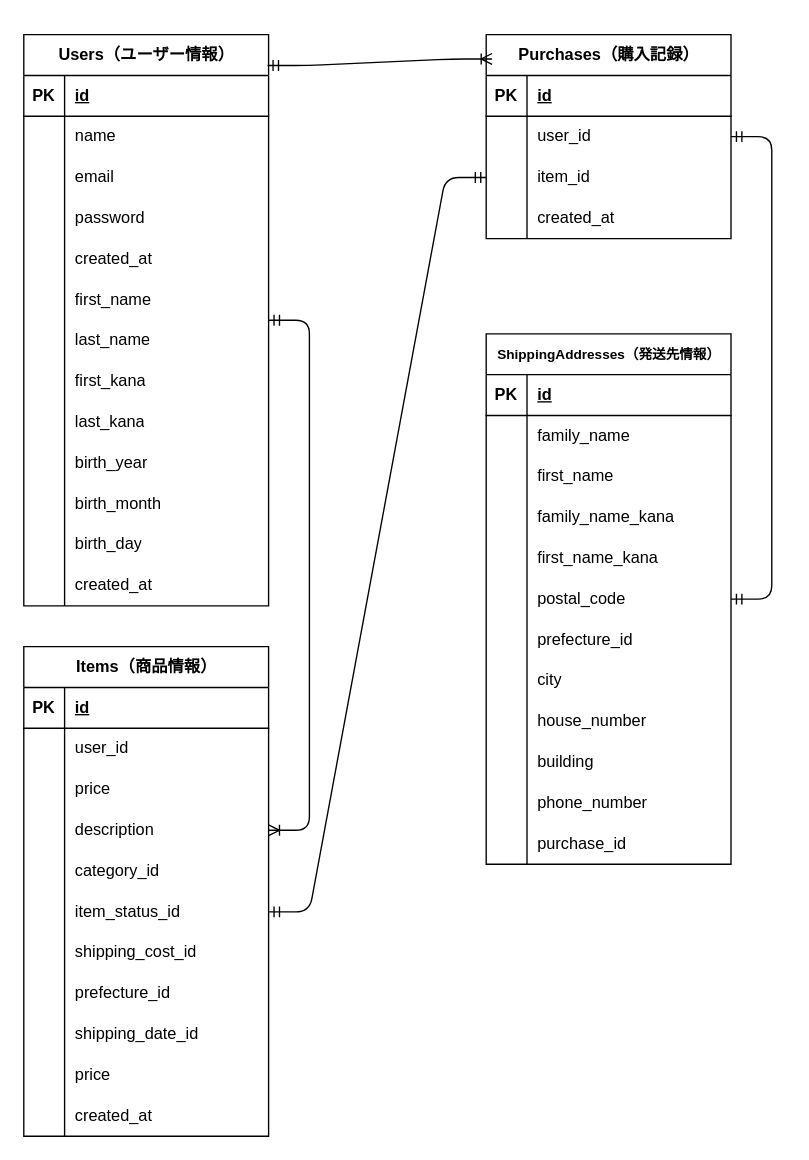
Earlier version of the draw.io diagram er.dio (shiki-k-1225/furima-41673). Source tidied: cells renumbered, new cells numbered last; positions are measured from the earlier drawing's top-left corner, leaving out a move shared by most shapes. Both pictures are drawn from the tidied source at 136%, with x=0, y=0 at pixel (23, 34).
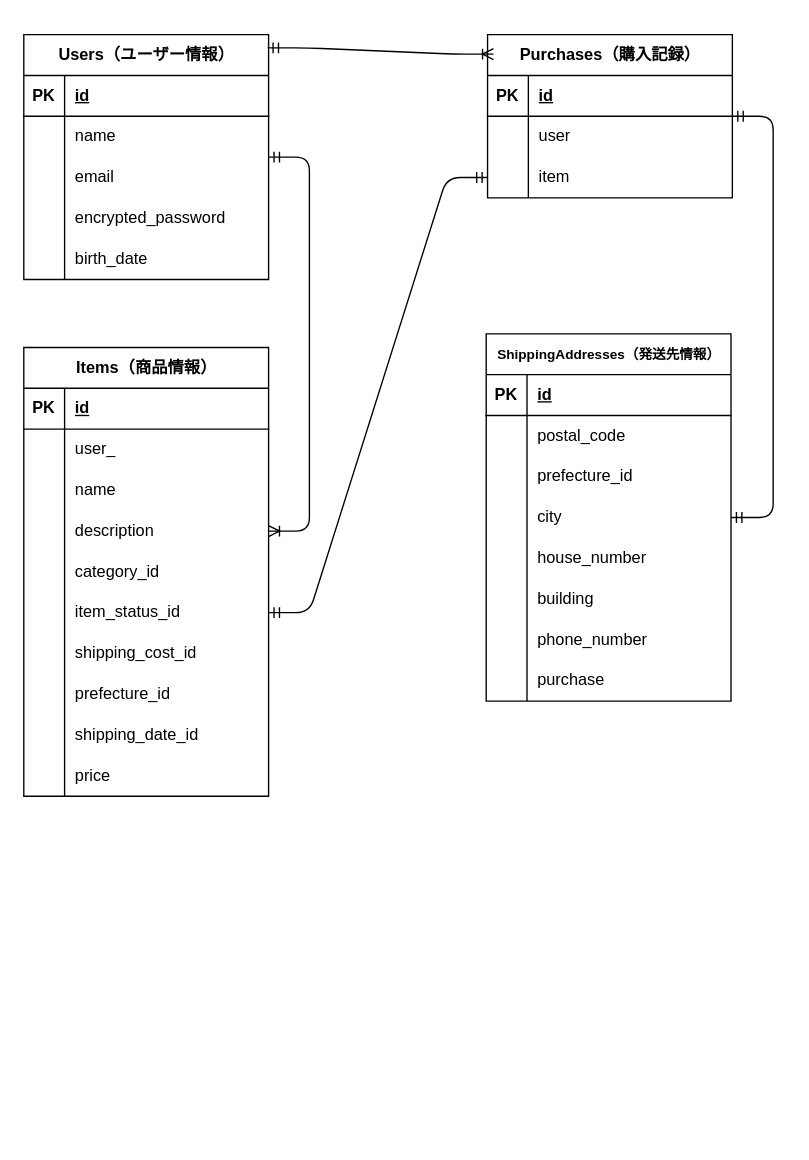
Above is the later version.

The change refers to these unchanged cells:
```xml
<mxCell id="6" style="shape=tableRow;horizontal=0;startSize=0;swimlaneHead=0;swimlaneBody=0;fillColor=none;top=0;left=0;right=0;bottom=0;" parent="2" vertex="1">
  <mxGeometry y="60" width="180" height="30" as="geometry" />
</mxCell>
<mxCell id="9" style="shape=tableRow;horizontal=0;startSize=0;swimlaneHead=0;swimlaneBody=0;fillColor=none;top=0;left=0;right=0;bottom=0;" parent="2" vertex="1">
  <mxGeometry y="90" width="180" height="30" as="geometry" />
</mxCell>
<mxCell id="40" style="shape=tableRow;horizontal=0;startSize=0;swimlaneHead=0;swimlaneBody=0;fillColor=none;top=0;left=0;right=0;bottom=0;" parent="36" vertex="1">
  <mxGeometry y="60" width="180" height="30" as="geometry" />
</mxCell>
<mxCell id="43" style="shape=tableRow;horizontal=0;startSize=0;swimlaneHead=0;swimlaneBody=0;fillColor=none;points=[[0,0.5],[1,0.5]];portConstraint=eastwest;top=0;left=0;right=0;bottom=0;" parent="36" vertex="1">
  <mxGeometry y="90" width="180" height="30" as="geometry" />
</mxCell>
<mxCell id="59" style="shape=tableRow;horizontal=0;startSize=0;swimlaneHead=0;swimlaneBody=0;fillColor=none;top=0;left=0;right=0;bottom=0;" parent="49" vertex="1">
  <mxGeometry y="120" width="180" height="30" as="geometry" />
</mxCell>
<mxCell id="62" style="shape=tableRow;horizontal=0;startSize=0;swimlaneHead=0;swimlaneBody=0;fillColor=none;top=0;left=0;right=0;bottom=0;" parent="49" vertex="1">
  <mxGeometry y="150" width="180" height="30" as="geometry" />
</mxCell>
```

Diff of the diagram source:
```diff
@@
     <mxCell id="2" value="Items（商品情報）" style="shape=table;startSize=30;childLayout=tableLayout;rowLines=0;fontStyle=1;align=center;html=1;strokeColor=light-dark(#000000,#EDEDED);" parent="1" vertex="1">
-      <mxGeometry y="450" width="180" height="360" as="geometry" />
+      <mxGeometry y="230" width="180" height="330" as="geometry" />
     </mxCell>
@@
-    <mxCell id="8" value="user_id&amp;nbsp;" style="shape=partialRectangle;fillColor=none;top=0;left=0;bottom=0;right=0;align=left;spacingLeft=6;overflow=hidden;whiteSpace=wrap;html=1;" parent="6" vertex="1">
+    <mxCell id="8" value="user_" style="shape=partialRectangle;fillColor=none;top=0;left=0;bottom=0;right=0;align=left;spacingLeft=6;overflow=hidden;whiteSpace=wrap;html=1;" parent="6" vertex="1">
       <mxGeometry x="30" width="150" height="30" as="geometry" />
     </mxCell>
@@
-    <mxCell id="11" value="price" style="shape=partialRectangle;fillColor=none;top=0;left=0;bottom=0;right=0;align=left;spacingLeft=6;overflow=hidden;whiteSpace=wrap;html=1;" parent="9" vertex="1">
+    <mxCell id="11" value="name" style="shape=partialRectangle;fillColor=none;top=0;left=0;bottom=0;right=0;align=left;spacingLeft=6;overflow=hidden;whiteSpace=wrap;html=1;" parent="9" vertex="1">
       <mxGeometry x="30" width="150" height="30" as="geometry" />
     </mxCell>
@@
-    <mxCell id="33" style="shape=tableRow;horizontal=0;startSize=0;swimlaneHead=0;swimlaneBody=0;fillColor=none;top=0;left=0;right=0;bottom=0;" parent="2" vertex="1">
-      <mxGeometry y="330" width="180" height="30" as="geometry" />
-    </mxCell>
-    <mxCell id="34" style="shape=partialRectangle;fillColor=none;top=0;left=0;bottom=0;right=0;overflow=hidden;whiteSpace=wrap;html=1;" parent="33" vertex="1">
-      <mxGeometry width="30" height="30" as="geometry" />
-    </mxCell>
-    <mxCell id="35" value="created_at" style="shape=partialRectangle;fillColor=none;top=0;left=0;bottom=0;right=0;align=left;spacingLeft=6;overflow=hidden;whiteSpace=wrap;html=1;" parent="33" vertex="1">
-      <mxGeometry x="30" width="150" height="30" as="geometry" />
-    </mxCell>
     <mxCell id="36" value="Purchases（購入記録）" style="shape=table;startSize=30;childLayout=tableLayout;rowLines=0;fontStyle=1;align=center;html=1;strokeColor=light-dark(#000000,#EDEDED);" parent="1" vertex="1">
-      <mxGeometry x="340" width="180" height="150" as="geometry" />
+      <mxGeometry x="341" width="180" height="120" as="geometry" />
     </mxCell>
@@
-    <mxCell id="42" value="user_id" style="shape=partialRectangle;fillColor=none;top=0;left=0;bottom=0;right=0;align=left;spacingLeft=6;overflow=hidden;whiteSpace=wrap;html=1;" parent="40" vertex="1">
+    <mxCell id="42" value="user" style="shape=partialRectangle;fillColor=none;top=0;left=0;bottom=0;right=0;align=left;spacingLeft=6;overflow=hidden;whiteSpace=wrap;html=1;" parent="40" vertex="1">
       <mxGeometry x="30" width="150" height="30" as="geometry" />
     </mxCell>
@@
-    <mxCell id="45" value="item_id" style="shape=partialRectangle;fillColor=none;top=0;left=0;bottom=0;right=0;align=left;spacingLeft=6;overflow=hidden;whiteSpace=wrap;html=1;" parent="43" vertex="1">
+    <mxCell id="45" value="item" style="shape=partialRectangle;fillColor=none;top=0;left=0;bottom=0;right=0;align=left;spacingLeft=6;overflow=hidden;whiteSpace=wrap;html=1;" parent="43" vertex="1">
       <mxGeometry x="30" width="150" height="30" as="geometry" />
     </mxCell>
-    <mxCell id="46" style="shape=tableRow;horizontal=0;startSize=0;swimlaneHead=0;swimlaneBody=0;fillColor=none;top=0;left=0;right=0;bottom=0;" parent="36" vertex="1">
-      <mxGeometry y="120" width="180" height="30" as="geometry" />
-    </mxCell>
-    <mxCell id="47" style="shape=partialRectangle;fillColor=none;top=0;left=0;bottom=0;right=0;overflow=hidden;whiteSpace=wrap;html=1;" parent="46" vertex="1">
-      <mxGeometry width="30" height="30" as="geometry" />
-    </mxCell>
-    <mxCell id="48" value="created_at" style="shape=partialRectangle;fillColor=none;top=0;left=0;bottom=0;right=0;align=left;spacingLeft=6;overflow=hidden;whiteSpace=wrap;html=1;" parent="46" vertex="1">
-      <mxGeometry x="30" width="150" height="30" as="geometry" />
-    </mxCell>
     <mxCell id="49" value="&lt;h4&gt;&lt;strong&gt;Users（ユーザー情報）&lt;/strong&gt;&lt;/h4&gt;" style="shape=table;startSize=30;childLayout=tableLayout;rowLines=0;fontStyle=1;align=center;html=1;strokeColor=light-dark(#000000,#EDEDED);" parent="1" vertex="1">
-      <mxGeometry width="180" height="420" as="geometry" />
+      <mxGeometry width="180" height="180" as="geometry" />
     </mxCell>
@@
-    <mxCell id="61" value="password" style="shape=partialRectangle;fillColor=none;top=0;left=0;bottom=0;right=0;align=left;spacingLeft=6;overflow=hidden;whiteSpace=wrap;html=1;" parent="59" vertex="1">
+    <mxCell id="61" value="encrypted_password" style="shape=partialRectangle;fillColor=none;top=0;left=0;bottom=0;right=0;align=left;spacingLeft=6;overflow=hidden;whiteSpace=wrap;html=1;" parent="59" vertex="1">
       <mxGeometry x="30" width="150" height="30" as="geometry" />
     </mxCell>
@@
-    <mxCell id="64" value="created_at" style="shape=partialRectangle;fillColor=none;top=0;left=0;bottom=0;right=0;align=left;spacingLeft=6;overflow=hidden;whiteSpace=wrap;html=1;" parent="62" vertex="1">
+    <mxCell id="64" value="birth_date" style="shape=partialRectangle;fillColor=none;top=0;left=0;bottom=0;right=0;align=left;spacingLeft=6;overflow=hidden;whiteSpace=wrap;html=1;" parent="62" vertex="1">
       <mxGeometry x="30" width="150" height="30" as="geometry" />
     </mxCell>
-    <mxCell id="65" style="shape=tableRow;horizontal=0;startSize=0;swimlaneHead=0;swimlaneBody=0;fillColor=none;top=0;left=0;right=0;bottom=0;" parent="49" vertex="1">
-      <mxGeometry y="180" width="180" height="30" as="geometry" />
-    </mxCell>
-    <mxCell id="66" style="shape=partialRectangle;fillColor=none;top=0;left=0;bottom=0;right=0;overflow=hidden;whiteSpace=wrap;html=1;" parent="65" vertex="1">
-      <mxGeometry width="30" height="30" as="geometry" />
-    </mxCell>
-    <mxCell id="67" value="first_name&lt;br&gt;&lt;table&gt;&lt;/table&gt;" style="shape=partialRectangle;fillColor=none;top=0;left=0;bottom=0;right=0;align=left;spacingLeft=6;overflow=hidden;whiteSpace=wrap;html=1;" parent="65" vertex="1">
-      <mxGeometry x="30" width="150" height="30" as="geometry" />
-    </mxCell>
-    <mxCell id="68" style="shape=tableRow;horizontal=0;startSize=0;swimlaneHead=0;swimlaneBody=0;fillColor=none;top=0;left=0;right=0;bottom=0;" parent="49" vertex="1">
-      <mxGeometry y="210" width="180" height="30" as="geometry" />
-    </mxCell>
-    <mxCell id="69" style="shape=partialRectangle;fillColor=none;top=0;left=0;bottom=0;right=0;overflow=hidden;whiteSpace=wrap;html=1;" parent="68" vertex="1">
-      <mxGeometry width="30" height="30" as="geometry" />
-    </mxCell>
-    <mxCell id="70" style="shape=partialRectangle;fillColor=none;top=0;left=0;bottom=0;right=0;align=left;spacingLeft=6;overflow=hidden;whiteSpace=wrap;html=1;" parent="68" vertex="1">
-      <mxGeometry x="30" width="150" height="30" as="geometry" />
-    </mxCell>
-    <mxCell id="71" style="shape=tableRow;horizontal=0;startSize=0;swimlaneHead=0;swimlaneBody=0;fillColor=none;top=0;left=0;right=0;bottom=0;" parent="49" vertex="1">
-      <mxGeometry y="240" width="180" height="30" as="geometry" />
-    </mxCell>
-    <mxCell id="72" style="shape=partialRectangle;fillColor=none;top=0;left=0;bottom=0;right=0;overflow=hidden;whiteSpace=wrap;html=1;" parent="71" vertex="1">
-      <mxGeometry width="30" height="30" as="geometry" />
-    </mxCell>
-    <mxCell id="73" value="first_kana" style="shape=partialRectangle;fillColor=none;top=0;left=0;bottom=0;right=0;align=left;spacingLeft=6;overflow=hidden;whiteSpace=wrap;html=1;" parent="71" vertex="1">
-      <mxGeometry x="30" width="150" height="30" as="geometry" />
-    </mxCell>
-    <mxCell id="74" style="shape=tableRow;horizontal=0;startSize=0;swimlaneHead=0;swimlaneBody=0;fillColor=none;top=0;left=0;right=0;bottom=0;" parent="49" vertex="1">
-      <mxGeometry y="270" width="180" height="30" as="geometry" />
-    </mxCell>
-    <mxCell id="75" style="shape=partialRectangle;fillColor=none;top=0;left=0;bottom=0;right=0;overflow=hidden;whiteSpace=wrap;html=1;" parent="74" vertex="1">
-      <mxGeometry width="30" height="30" as="geometry" />
-    </mxCell>
-    <mxCell id="76" value="last_kana" style="shape=partialRectangle;fillColor=none;top=0;left=0;bottom=0;right=0;align=left;spacingLeft=6;overflow=hidden;whiteSpace=wrap;html=1;" parent="74" vertex="1">
-      <mxGeometry x="30" width="150" height="30" as="geometry" />
-    </mxCell>
-    <mxCell id="77" style="shape=tableRow;horizontal=0;startSize=0;swimlaneHead=0;swimlaneBody=0;fillColor=none;top=0;left=0;right=0;bottom=0;" parent="49" vertex="1">
-      <mxGeometry y="300" width="180" height="30" as="geometry" />
-    </mxCell>
-    <mxCell id="78" style="shape=partialRectangle;fillColor=none;top=0;left=0;bottom=0;right=0;overflow=hidden;whiteSpace=wrap;html=1;" parent="77" vertex="1">
-      <mxGeometry width="30" height="30" as="geometry" />
-    </mxCell>
-    <mxCell id="79" value="birth_year" style="shape=partialRectangle;fillColor=none;top=0;left=0;bottom=0;right=0;align=left;spacingLeft=6;overflow=hidden;whiteSpace=wrap;html=1;" parent="77" vertex="1">
-      <mxGeometry x="30" width="150" height="30" as="geometry" />
-    </mxCell>
-    <mxCell id="80" style="shape=tableRow;horizontal=0;startSize=0;swimlaneHead=0;swimlaneBody=0;fillColor=none;top=0;left=0;right=0;bottom=0;" parent="49" vertex="1">
-      <mxGeometry y="330" width="180" height="30" as="geometry" />
-    </mxCell>
-    <mxCell id="81" style="shape=partialRectangle;fillColor=none;top=0;left=0;bottom=0;right=0;overflow=hidden;whiteSpace=wrap;html=1;" parent="80" vertex="1">
-      <mxGeometry width="30" height="30" as="geometry" />
-    </mxCell>
-    <mxCell id="82" value="birth_month" style="shape=partialRectangle;fillColor=none;top=0;left=0;bottom=0;right=0;align=left;spacingLeft=6;overflow=hidden;whiteSpace=wrap;html=1;" parent="80" vertex="1">
-      <mxGeometry x="30" width="150" height="30" as="geometry" />
-    </mxCell>
-    <mxCell id="83" style="shape=tableRow;horizontal=0;startSize=0;swimlaneHead=0;swimlaneBody=0;fillColor=none;top=0;left=0;right=0;bottom=0;" parent="49" vertex="1">
-      <mxGeometry y="360" width="180" height="30" as="geometry" />
-    </mxCell>
-    <mxCell id="84" style="shape=partialRectangle;fillColor=none;top=0;left=0;bottom=0;right=0;overflow=hidden;whiteSpace=wrap;html=1;" parent="83" vertex="1">
-      <mxGeometry width="30" height="30" as="geometry" />
-    </mxCell>
-    <mxCell id="85" value="birth_day" style="shape=partialRectangle;fillColor=none;top=0;left=0;bottom=0;right=0;align=left;spacingLeft=6;overflow=hidden;whiteSpace=wrap;html=1;" parent="83" vertex="1">
-      <mxGeometry x="30" width="150" height="30" as="geometry" />
-    </mxCell>
-    <mxCell id="86" style="shape=tableRow;horizontal=0;startSize=0;swimlaneHead=0;swimlaneBody=0;fillColor=none;top=0;left=0;right=0;bottom=0;" parent="49" vertex="1">
-      <mxGeometry y="390" width="180" height="30" as="geometry" />
-    </mxCell>
-    <mxCell id="87" style="shape=partialRectangle;fillColor=none;top=0;left=0;bottom=0;right=0;overflow=hidden;whiteSpace=wrap;html=1;" parent="86" vertex="1">
-      <mxGeometry width="30" height="30" as="geometry" />
-    </mxCell>
-    <mxCell id="88" value="created_at" style="shape=partialRectangle;fillColor=none;top=0;left=0;bottom=0;right=0;align=left;spacingLeft=6;overflow=hidden;whiteSpace=wrap;html=1;" parent="86" vertex="1">
-      <mxGeometry x="30" width="150" height="30" as="geometry" />
-    </mxCell>
     <mxCell id="89" value="&lt;font style=&quot;font-size: 10px;&quot;&gt; ShippingAddresses（発送先情報）&lt;/font&gt;" style="shape=table;startSize=30;childLayout=tableLayout;rowLines=0;fontStyle=1;align=center;html=1;strokeColor=light-dark(#000000,#EDEDED);" parent="1" vertex="1">
-      <mxGeometry x="340" y="220" width="180" height="390" as="geometry" />
+      <mxGeometry x="340" y="220" width="180" height="270" as="geometry" />
     </mxCell>
@@
-    <mxCell id="93" style="shape=tableRow;horizontal=0;startSize=0;swimlaneHead=0;swimlaneBody=0;fillColor=none;top=0;left=0;right=0;bottom=0;" parent="89" vertex="1">
-      <mxGeometry y="60" width="180" height="30" as="geometry" />
-    </mxCell>
-    <mxCell id="94" style="shape=partialRectangle;fillColor=none;top=0;left=0;bottom=0;right=0;overflow=hidden;whiteSpace=wrap;html=1;" parent="93" vertex="1">
-      <mxGeometry width="30" height="30" as="geometry" />
-    </mxCell>
-    <mxCell id="95" value="family_name" style="shape=partialRectangle;fillColor=none;top=0;left=0;bottom=0;right=0;align=left;spacingLeft=6;overflow=hidden;whiteSpace=wrap;html=1;" parent="93" vertex="1">
-      <mxGeometry x="30" width="150" height="30" as="geometry" />
-    </mxCell>
-    <mxCell id="96" style="shape=tableRow;horizontal=0;startSize=0;swimlaneHead=0;swimlaneBody=0;fillColor=none;top=0;left=0;right=0;bottom=0;" parent="89" vertex="1">
-      <mxGeometry y="90" width="180" height="30" as="geometry" />
-    </mxCell>
-    <mxCell id="97" style="shape=partialRectangle;fillColor=none;top=0;left=0;bottom=0;right=0;overflow=hidden;whiteSpace=wrap;html=1;" parent="96" vertex="1">
-      <mxGeometry width="30" height="30" as="geometry" />
-    </mxCell>
-    <mxCell id="98" value="first_name" style="shape=partialRectangle;fillColor=none;top=0;left=0;bottom=0;right=0;align=left;spacingLeft=6;overflow=hidden;whiteSpace=wrap;html=1;" parent="96" vertex="1">
-      <mxGeometry x="30" width="150" height="30" as="geometry" />
-    </mxCell>
-    <mxCell id="99" style="shape=tableRow;horizontal=0;startSize=0;swimlaneHead=0;swimlaneBody=0;fillColor=none;top=0;left=0;right=0;bottom=0;" parent="89" vertex="1">
-      <mxGeometry y="120" width="180" height="30" as="geometry" />
-    </mxCell>
-    <mxCell id="100" style="shape=partialRectangle;fillColor=none;top=0;left=0;bottom=0;right=0;overflow=hidden;whiteSpace=wrap;html=1;" parent="99" vertex="1">
-      <mxGeometry width="30" height="30" as="geometry" />
-    </mxCell>
-    <mxCell id="101" value="family_name_kana" style="shape=partialRectangle;fillColor=none;top=0;left=0;bottom=0;right=0;align=left;spacingLeft=6;overflow=hidden;whiteSpace=wrap;html=1;" parent="99" vertex="1">
-      <mxGeometry x="30" width="150" height="30" as="geometry" />
-    </mxCell>
-    <mxCell id="102" style="shape=tableRow;horizontal=0;startSize=0;swimlaneHead=0;swimlaneBody=0;fillColor=none;top=0;left=0;right=0;bottom=0;" parent="89" vertex="1">
-      <mxGeometry y="150" width="180" height="30" as="geometry" />
-    </mxCell>
-    <mxCell id="103" style="shape=partialRectangle;fillColor=none;top=0;left=0;bottom=0;right=0;overflow=hidden;whiteSpace=wrap;html=1;" parent="102" vertex="1">
-      <mxGeometry width="30" height="30" as="geometry" />
-    </mxCell>
-    <mxCell id="104" value="first_name_kana" style="shape=partialRectangle;fillColor=none;top=0;left=0;bottom=0;right=0;align=left;spacingLeft=6;overflow=hidden;whiteSpace=wrap;html=1;" parent="102" vertex="1">
-      <mxGeometry x="30" width="150" height="30" as="geometry" />
-    </mxCell>
     <mxCell id="105" style="shape=tableRow;horizontal=0;startSize=0;swimlaneHead=0;swimlaneBody=0;fillColor=none;top=0;left=0;right=0;bottom=0;" parent="89" vertex="1">
-      <mxGeometry y="180" width="180" height="30" as="geometry" />
+      <mxGeometry y="60" width="180" height="30" as="geometry" />
     </mxCell>
@@
     <mxCell id="108" style="shape=tableRow;horizontal=0;startSize=0;swimlaneHead=0;swimlaneBody=0;fillColor=none;top=0;left=0;right=0;bottom=0;" parent="89" vertex="1">
-      <mxGeometry y="210" width="180" height="30" as="geometry" />
+      <mxGeometry y="90" width="180" height="30" as="geometry" />
     </mxCell>
@@
     <mxCell id="111" style="shape=tableRow;horizontal=0;startSize=0;swimlaneHead=0;swimlaneBody=0;fillColor=none;top=0;left=0;right=0;bottom=0;" parent="89" vertex="1">
-      <mxGeometry y="240" width="180" height="30" as="geometry" />
+      <mxGeometry y="120" width="180" height="30" as="geometry" />
     </mxCell>
@@
     <mxCell id="114" style="shape=tableRow;horizontal=0;startSize=0;swimlaneHead=0;swimlaneBody=0;fillColor=none;top=0;left=0;right=0;bottom=0;" parent="89" vertex="1">
-      <mxGeometry y="270" width="180" height="30" as="geometry" />
+      <mxGeometry y="150" width="180" height="30" as="geometry" />
     </mxCell>
@@
     <mxCell id="117" style="shape=tableRow;horizontal=0;startSize=0;swimlaneHead=0;swimlaneBody=0;fillColor=none;top=0;left=0;right=0;bottom=0;" parent="89" vertex="1">
-      <mxGeometry y="300" width="180" height="30" as="geometry" />
+      <mxGeometry y="180" width="180" height="30" as="geometry" />
     </mxCell>
@@
     <mxCell id="120" style="shape=tableRow;horizontal=0;startSize=0;swimlaneHead=0;swimlaneBody=0;fillColor=none;top=0;left=0;right=0;bottom=0;" parent="89" vertex="1">
-      <mxGeometry y="330" width="180" height="30" as="geometry" />
+      <mxGeometry y="210" width="180" height="30" as="geometry" />
     </mxCell>
@@
     <mxCell id="123" style="shape=tableRow;horizontal=0;startSize=0;swimlaneHead=0;swimlaneBody=0;fillColor=none;top=0;left=0;right=0;bottom=0;" parent="89" vertex="1">
-      <mxGeometry y="360" width="180" height="30" as="geometry" />
+      <mxGeometry y="240" width="180" height="30" as="geometry" />
     </mxCell>
@@
-    <mxCell id="125" value="purchase_id" style="shape=partialRectangle;fillColor=none;top=0;left=0;bottom=0;right=0;align=left;spacingLeft=6;overflow=hidden;whiteSpace=wrap;html=1;" parent="123" vertex="1">
+    <mxCell id="125" value="purchase" style="shape=partialRectangle;fillColor=none;top=0;left=0;bottom=0;right=0;align=left;spacingLeft=6;overflow=hidden;whiteSpace=wrap;html=1;" parent="123" vertex="1">
       <mxGeometry x="30" width="150" height="30" as="geometry" />
     </mxCell>
@@
-    <mxCell id="130" value="last_name&lt;table&gt;&lt;/table&gt;" style="shape=partialRectangle;fillColor=none;top=0;left=0;bottom=0;right=0;align=left;spacingLeft=6;overflow=hidden;whiteSpace=wrap;html=1;" parent="1" vertex="1">
+    <mxCell id="130" style="shape=partialRectangle;fillColor=none;top=0;left=0;bottom=0;right=0;align=left;spacingLeft=6;overflow=hidden;whiteSpace=wrap;html=1;" parent="1" vertex="1">
       <mxGeometry x="30" y="210" width="150" height="30" as="geometry" />
     </mxCell>
```
